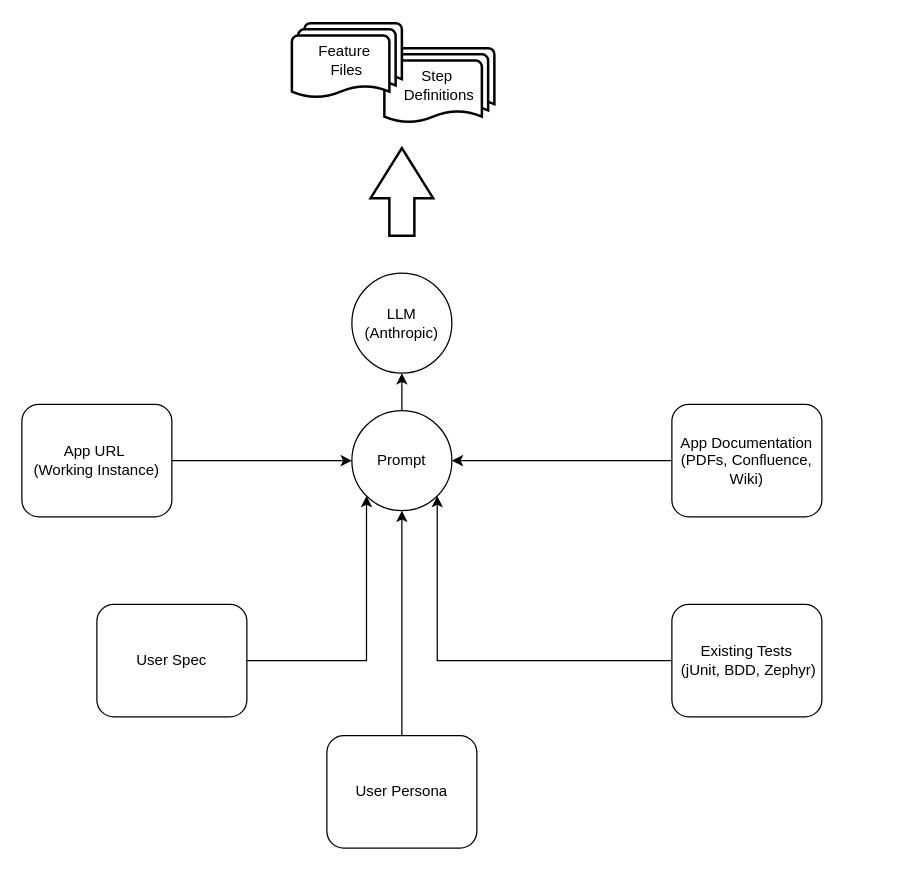
Before: Test_Creator.drawio in fnard/draw.io, a draw.io diagram. Source tidied: cells renumbered, new cells numbered last; positions are measured from the earlier drawing's top-left corner, leaving out a move shared by most shapes. Both pictures are drawn from the tidied source at 125%, with x=0, y=0 at pixel (21, 22).
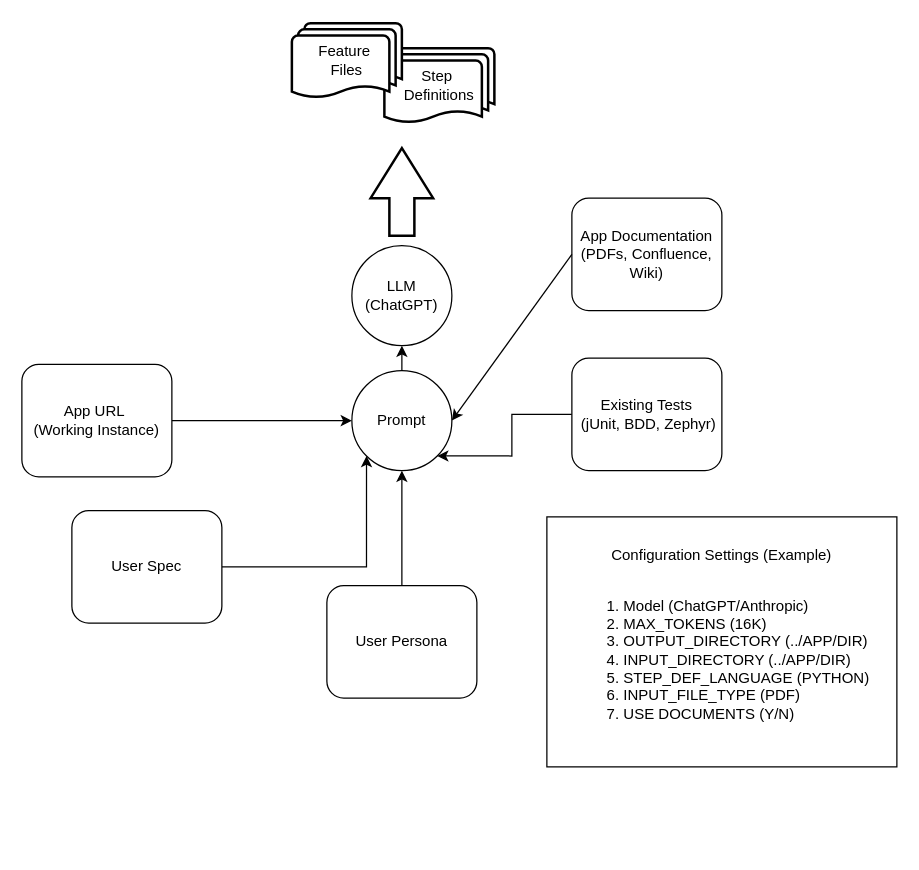
The same diagram, later.

The edit, as a diff of the source:
```diff
@@
 <mxGraphModel>
   <root>
     <mxCell id="0" />
     <mxCell id="1" parent="0" />
     <mxCell id="2" value="App Documentation (PDFs, Confluence, Wiki)" style="rounded=1;whiteSpace=wrap;html=1;fontSize=12;glass=0;strokeWidth=1;shadow=0;" parent="1" vertex="1">
-      <mxGeometry x="520" y="305" width="120" height="90" as="geometry" />
+      <mxGeometry x="440" y="140" width="120" height="90" as="geometry" />
     </mxCell>
     <mxCell id="3" style="edgeStyle=orthogonalEdgeStyle;rounded=0;jettySize=auto;html=1;exitX=0.5;exitY=0;exitDx=0;exitDy=0;entryX=0.5;entryY=1;entryDx=0;entryDy=0;" parent="1" edge="1" source="4" target="12">
       <mxGeometry relative="1" as="geometry" />
     </mxCell>
     <mxCell id="4" value="Prompt" style="ellipse;whiteSpace=wrap;html=1;" parent="1" vertex="1">
-      <mxGeometry x="264" y="310" width="80" height="80" as="geometry" />
+      <mxGeometry x="264" y="278" width="80" height="80" as="geometry" />
     </mxCell>
     <mxCell id="5" style="endArrow=classic;html=1;rounded=0;exitX=0;exitY=0.5;exitDx=0;exitDy=0;entryX=1;entryY=0.5;entryDx=0;entryDy=0;" parent="1" edge="1" source="2" target="4">
       <mxGeometry relative="1" as="geometry" />
     </mxCell>
     <mxCell id="6" style="edgeStyle=orthogonalEdgeStyle;rounded=0;jettySize=auto;html=1;exitX=0;exitY=0.5;exitDx=0;exitDy=0;entryX=1;entryY=1;entryDx=0;entryDy=0;" parent="1" edge="1" source="7" target="4">
       <mxGeometry relative="1" as="geometry" />
     </mxCell>
     <mxCell id="7" value="Existing Tests&lt;div&gt;&amp;nbsp;(jUnit, BDD, Zephyr)&lt;/div&gt;" style="rounded=1;whiteSpace=wrap;html=1;fontSize=12;glass=0;strokeWidth=1;shadow=0;" parent="1" vertex="1">
-      <mxGeometry x="520" y="465" width="120" height="90" as="geometry" />
+      <mxGeometry x="440" y="268" width="120" height="90" as="geometry" />
     </mxCell>
     <mxCell id="8" style="edgeStyle=orthogonalEdgeStyle;rounded=0;jettySize=auto;html=1;exitX=0.5;exitY=0;exitDx=0;exitDy=0;entryX=0.5;entryY=1;entryDx=0;entryDy=0;" parent="1" edge="1" source="9" target="4">
       <mxGeometry relative="1" as="geometry" />
     </mxCell>
     <mxCell id="9" value="User Persona" style="rounded=1;whiteSpace=wrap;html=1;fontSize=12;glass=0;strokeWidth=1;shadow=0;" parent="1" vertex="1">
-      <mxGeometry x="244" y="570" width="120" height="90" as="geometry" />
+      <mxGeometry x="244" y="450" width="120" height="90" as="geometry" />
     </mxCell>
     <mxCell id="10" style="edgeStyle=orthogonalEdgeStyle;rounded=0;jettySize=auto;html=1;exitX=1;exitY=0.5;exitDx=0;exitDy=0;entryX=0;entryY=0.5;entryDx=0;entryDy=0;" parent="1" edge="1" source="11" target="4">
       <mxGeometry relative="1" as="geometry" />
     </mxCell>
     <mxCell id="11" value="App URL&amp;nbsp;&lt;div&gt;(Working Instance)&lt;/div&gt;" style="rounded=1;whiteSpace=wrap;html=1;fontSize=12;glass=0;strokeWidth=1;shadow=0;" parent="1" vertex="1">
-      <mxGeometry y="305" width="120" height="90" as="geometry" />
+      <mxGeometry y="273" width="120" height="90" as="geometry" />
     </mxCell>
-    <mxCell id="12" value="LLM (Anthropic)" style="ellipse;whiteSpace=wrap;html=1;" parent="1" vertex="1">
-      <mxGeometry x="264" y="200" width="80" height="80" as="geometry" />
+    <mxCell id="12" value="LLM (ChatGPT)" style="ellipse;whiteSpace=wrap;html=1;" parent="1" vertex="1">
+      <mxGeometry x="264" y="178" width="80" height="80" as="geometry" />
     </mxCell>
     <mxCell id="13" value="Step&amp;nbsp;&lt;div&gt;Definitions&lt;/div&gt;" style="strokeWidth=2;html=1;shape=mxgraph.flowchart.multi-document;whiteSpace=wrap;" parent="1" vertex="1">
       <mxGeometry x="290" y="20" width="88" height="60" as="geometry" />
     </mxCell>
     <mxCell id="14" value="Feature&amp;nbsp;&lt;div&gt;F&lt;span style=&quot;background-color: initial;&quot;&gt;iles&lt;/span&gt;&lt;/div&gt;" style="strokeWidth=2;html=1;shape=mxgraph.flowchart.multi-document;whiteSpace=wrap;" parent="1" vertex="1">
       <mxGeometry x="216" width="88" height="60" as="geometry" />
     </mxCell>
     <mxCell id="15" style="verticalLabelPosition=bottom;verticalAlign=top;html=1;strokeWidth=2;shape=mxgraph.arrows2.arrow;dy=0.6;dx=40;notch=0;rotation=-90;" parent="1" vertex="1">
       <mxGeometry x="269" y="110" width="70" height="50" as="geometry" />
     </mxCell>
     <mxCell id="16" style="edgeStyle=orthogonalEdgeStyle;rounded=0;jettySize=auto;html=1;exitX=1;exitY=0.5;exitDx=0;exitDy=0;entryX=0;entryY=1;entryDx=0;entryDy=0;" parent="1" edge="1" source="17" target="4">
       <mxGeometry relative="1" as="geometry" />
     </mxCell>
     <mxCell id="17" value="User Spec" style="rounded=1;whiteSpace=wrap;html=1;fontSize=12;glass=0;strokeWidth=1;shadow=0;" parent="1" vertex="1">
-      <mxGeometry x="60" y="465" width="120" height="90" as="geometry" />
+      <mxGeometry x="40" y="390" width="120" height="90" as="geometry" />
     </mxCell>
+    <mxCell id="18" value="Configuration Settings (Example)&lt;div&gt;&lt;br&gt;&lt;/div&gt;&lt;div&gt;&lt;ol&gt;&lt;li style=&quot;text-align: left;&quot;&gt;Model (ChatGPT/Anthropic)&lt;/li&gt;&lt;li style=&quot;text-align: left;&quot;&gt;MAX_TOKENS (16K)&lt;/li&gt;&lt;li style=&quot;text-align: left;&quot;&gt;OUTPUT_DIRECTORY (../APP/DIR)&lt;/li&gt;&lt;li style=&quot;text-align: left;&quot;&gt;INPUT_DIRECTORY (../APP/DIR)&lt;/li&gt;&lt;li style=&quot;text-align: left;&quot;&gt;STEP_DEF_LANGUAGE (PYTHON)&lt;/li&gt;&lt;li style=&quot;text-align: left;&quot;&gt;INPUT_FILE_TYPE (PDF)&lt;/li&gt;&lt;li style=&quot;text-align: left;&quot;&gt;USE DOCUMENTS (Y/N)&lt;/li&gt;&lt;/ol&gt;&lt;/div&gt;" style="text;strokeColor=default;align=center;fillColor=none;html=1;verticalAlign=middle;whiteSpace=wrap;rounded=0;" parent="1" vertex="1">
+      <mxGeometry x="420" y="395" width="280" height="200" as="geometry" />
+    </mxCell>
   </root>
 </mxGraphModel>
```
